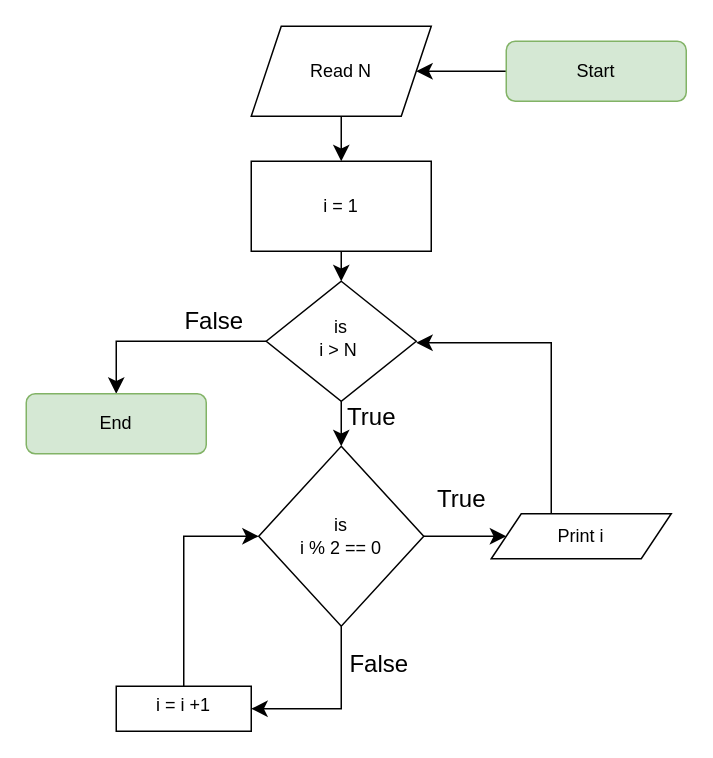
LONGDKZdev/Flowchart keeps this draw.io diagram as Exercise1_13.drawio. Above is the earlier version. Source tidied: cells renumbered, new cells numbered last; positions are measured from the earlier drawing's top-left corner, leaving out a move shared by most shapes. Both pictures are drawn from the tidied source at 150%, with x=0, y=0 at pixel (26, 26).
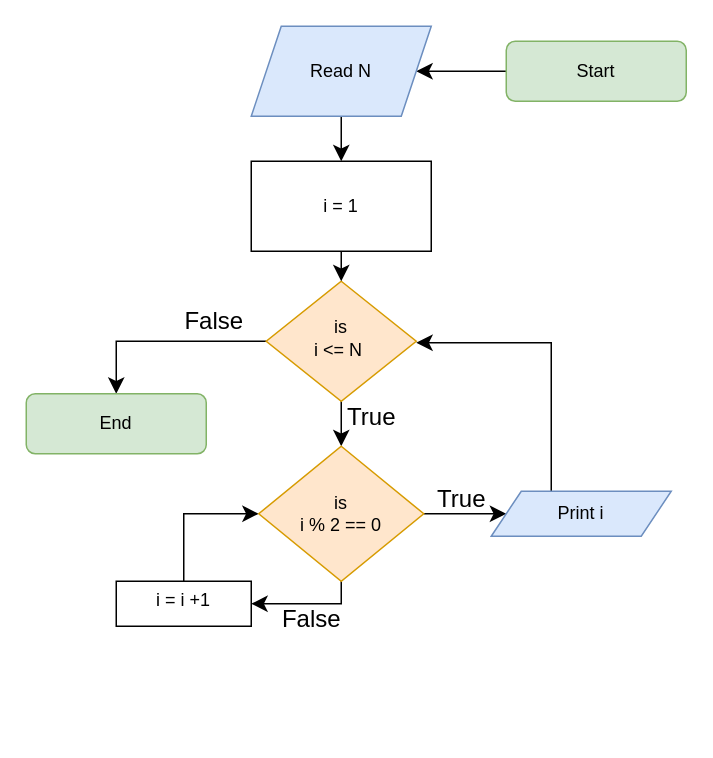
The same page after the edit.

The edit, as a diff of the source:
```diff
@@
-    <mxCell id="6" value="is&lt;div&gt;i &amp;gt; N&amp;nbsp;&lt;/div&gt;" style="rhombus;whiteSpace=wrap;html=1;shadow=0;fontFamily=Helvetica;fontSize=12;align=center;strokeWidth=1;spacing=6;spacingTop=-4;" parent="1" vertex="1">
+    <mxCell id="6" value="is&lt;div&gt;i &amp;lt;= N&amp;nbsp;&lt;/div&gt;" style="rhombus;whiteSpace=wrap;html=1;shadow=0;fontFamily=Helvetica;fontSize=12;align=center;strokeWidth=1;spacing=6;spacingTop=-4;fillColor=#ffe6cc;strokeColor=#d79b00;" parent="1" vertex="1">
       <mxGeometry x="160" y="170" width="100" height="80" as="geometry" />
     </mxCell>
@@
-    <mxCell id="9" value="Read N" style="shape=parallelogram;perimeter=parallelogramPerimeter;whiteSpace=wrap;html=1;fixedSize=1;" parent="1" vertex="1">
+    <mxCell id="9" value="Read N" style="shape=parallelogram;perimeter=parallelogramPerimeter;whiteSpace=wrap;html=1;fixedSize=1;fillColor=#dae8fc;strokeColor=#6c8ebf;" parent="1" vertex="1">
       <mxGeometry x="150" width="120" height="60" as="geometry" />
     </mxCell>
@@
     <mxCell id="13" style="edgeStyle=orthogonalEdgeStyle;rounded=0;jettySize=auto;html=1;entryX=0;entryY=0.5;entryDx=0;entryDy=0;fontSize=12;startSize=8;endSize=8;exitX=0.5;exitY=0;exitDx=0;exitDy=0;" parent="1" edge="1" source="14" target="18">
       <mxGeometry relative="1" as="geometry">
         <Array as="points">
-          <mxPoint x="105" y="340" />
+          <mxPoint x="105" y="325" />
         </Array>
       </mxGeometry>
     </mxCell>
     <mxCell id="14" value="i = i +1" style="whiteSpace=wrap;html=1;shadow=0;strokeWidth=1;spacing=6;spacingTop=-4;" parent="1" vertex="1">
-      <mxGeometry x="60" y="440" width="90" height="30" as="geometry" />
+      <mxGeometry x="60" y="370" width="90" height="30" as="geometry" />
     </mxCell>
@@
     <mxCell id="16" style="edgeStyle=orthogonalEdgeStyle;rounded=0;jettySize=auto;html=1;entryX=1;entryY=0.5;entryDx=0;entryDy=0;fontSize=12;startSize=8;endSize=8;exitX=0.5;exitY=1;exitDx=0;exitDy=0;" parent="1" edge="1" source="18" target="14">
       <mxGeometry relative="1" as="geometry">
         <Array as="points">
-          <mxPoint x="210" y="455" />
+          <mxPoint x="210" y="385" />
         </Array>
       </mxGeometry>
     </mxCell>
@@
-    <mxCell id="18" value="&lt;div&gt;is&lt;/div&gt;i % 2 == 0" style="rhombus;whiteSpace=wrap;html=1;" parent="1" vertex="1">
-      <mxGeometry x="155" y="280" width="110" height="120" as="geometry" />
+    <mxCell id="18" value="&lt;div&gt;is&lt;/div&gt;i % 2 == 0" style="rhombus;whiteSpace=wrap;html=1;fillColor=#ffe6cc;strokeColor=#d79b00;" parent="1" vertex="1">
+      <mxGeometry x="155" y="280" width="110" height="90" as="geometry" />
     </mxCell>
     <mxCell id="19" value="False" style="text;html=1;align=center;verticalAlign=middle;strokeColor=none;fillColor=none;fontSize=16;" parent="1" vertex="1">
-      <mxGeometry x="205" y="410" width="60" height="30" as="geometry" />
+      <mxGeometry x="160" y="380" width="60" height="30" as="geometry" />
     </mxCell>
@@
-    <mxCell id="21" value="Print i" style="shape=parallelogram;perimeter=parallelogramPerimeter;whiteSpace=wrap;html=1;fixedSize=1;" parent="1" vertex="1">
-      <mxGeometry x="310" y="325" width="120" height="30" as="geometry" />
+    <mxCell id="21" value="Print i" style="shape=parallelogram;perimeter=parallelogramPerimeter;whiteSpace=wrap;html=1;fixedSize=1;fillColor=#dae8fc;strokeColor=#6c8ebf;" parent="1" vertex="1">
+      <mxGeometry x="310" y="310" width="120" height="30" as="geometry" />
     </mxCell>
```
